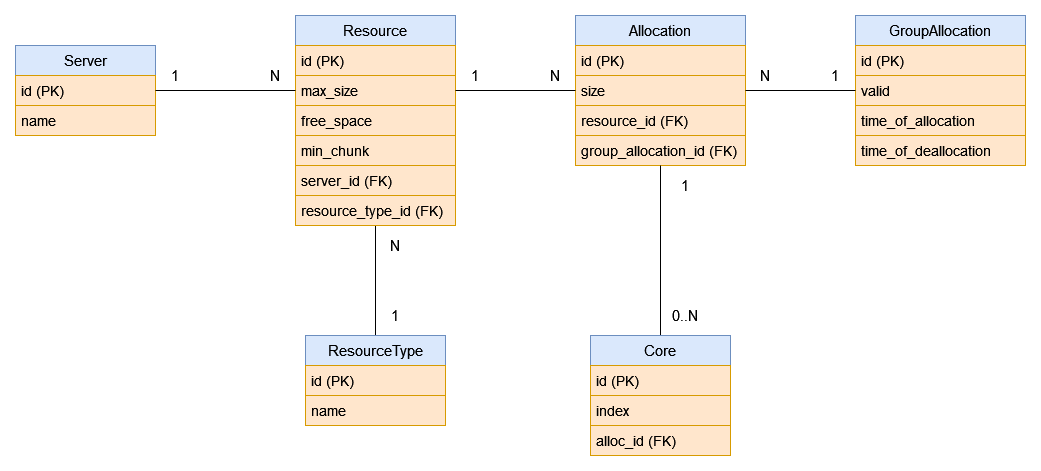
Above: Docs/RM_DB_Tables.png in io-sea/resource-manager (draw.io), before the change. Source tidied: cells renumbered, new cells last; positions are measured from the earlier drawing's top-left corner, leaving out a move shared by most shapes.
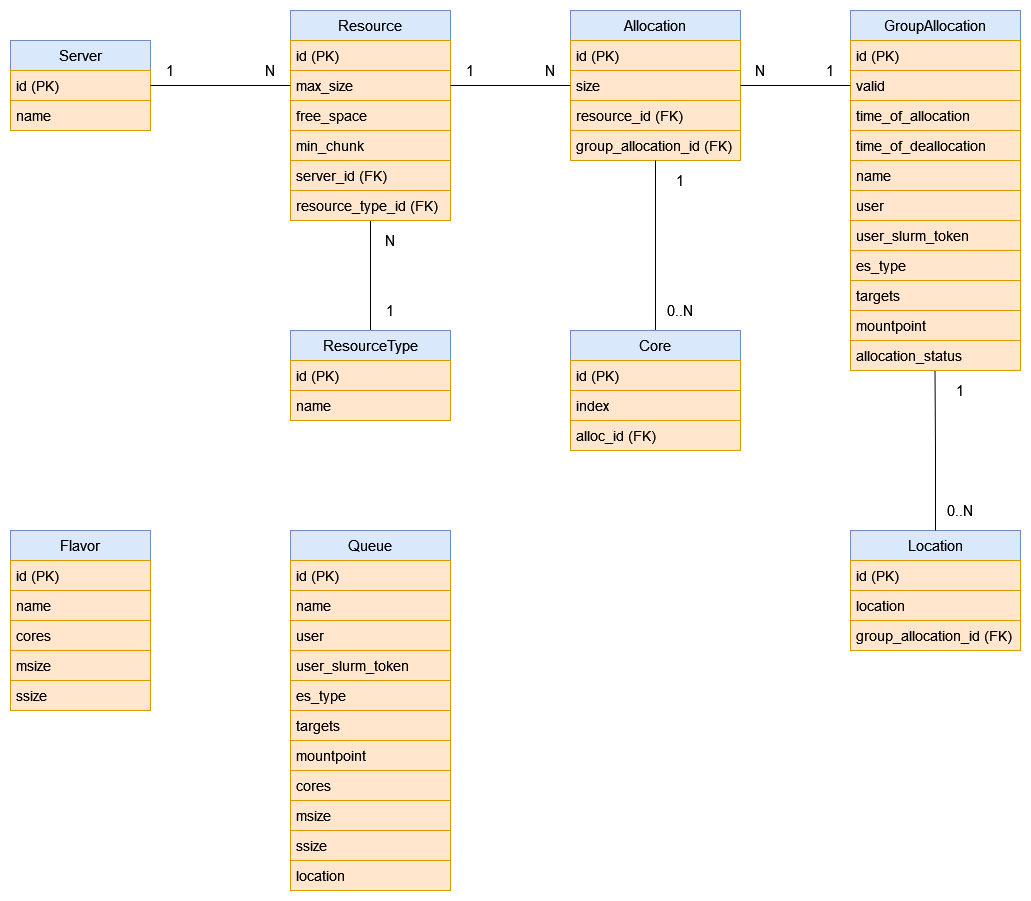
After the change.

The edit, as a diff of the source:
```diff
@@ -36,13 +36,13 @@
       <mxGeometry y="180" width="160" height="30" as="geometry" />
     </mxCell>
     <mxCell id="13" value="ResourceType" style="swimlane;fontStyle=0;horizontal=1;startSize=30;whiteSpace=wrap;html=1;fontSize=15;fillColor=#dae8fc;strokeColor=#6c8ebf;" parent="1" vertex="1">
-      <mxGeometry x="290" y="320" width="140" height="90" as="geometry" />
+      <mxGeometry x="280" y="320" width="160" height="90" as="geometry" />
     </mxCell>
     <mxCell id="14" value="id (PK)" style="text;strokeColor=#d79b00;fillColor=#ffe6cc;align=left;verticalAlign=middle;spacingLeft=4;spacingRight=4;overflow=hidden;whiteSpace=wrap;html=1;fontSize=14;" parent="13" vertex="1">
-      <mxGeometry y="30" width="140" height="30" as="geometry" />
+      <mxGeometry y="30" width="160" height="30" as="geometry" />
     </mxCell>
     <mxCell id="15" value="name" style="text;strokeColor=#d79b00;fillColor=#ffe6cc;align=left;verticalAlign=middle;spacingLeft=4;spacingRight=4;overflow=hidden;whiteSpace=wrap;html=1;fontSize=14;" parent="13" vertex="1">
-      <mxGeometry y="60" width="140" height="30" as="geometry" />
+      <mxGeometry y="60" width="160" height="30" as="geometry" />
     </mxCell>
     <mxCell id="16" value="Allocation" style="swimlane;fontStyle=0;horizontal=1;startSize=30;whiteSpace=wrap;html=1;fontSize=15;fillColor=#dae8fc;strokeColor=#6c8ebf;" parent="1" vertex="1">
       <mxGeometry x="560" width="170" height="150" as="geometry" />
@@ -63,19 +63,19 @@
       <mxGeometry relative="1" as="geometry" />
     </mxCell>
     <mxCell id="22" value="Core" style="swimlane;fontStyle=0;horizontal=1;startSize=30;whiteSpace=wrap;html=1;fontSize=15;fillColor=#dae8fc;strokeColor=#6c8ebf;" parent="1" vertex="1">
-      <mxGeometry x="575" y="320" width="140" height="120" as="geometry" />
+      <mxGeometry x="560" y="320" width="170" height="120" as="geometry" />
     </mxCell>
     <mxCell id="23" value="id (PK)" style="text;strokeColor=#d79b00;fillColor=#ffe6cc;align=left;verticalAlign=middle;spacingLeft=4;spacingRight=4;overflow=hidden;whiteSpace=wrap;html=1;fontSize=14;" parent="22" vertex="1">
-      <mxGeometry y="30" width="140" height="30" as="geometry" />
+      <mxGeometry y="30" width="170" height="30" as="geometry" />
     </mxCell>
     <mxCell id="24" value="index" style="text;strokeColor=#d79b00;fillColor=#ffe6cc;align=left;verticalAlign=middle;spacingLeft=4;spacingRight=4;overflow=hidden;whiteSpace=wrap;html=1;fontSize=14;" parent="22" vertex="1">
-      <mxGeometry y="60" width="140" height="30" as="geometry" />
+      <mxGeometry y="60" width="170" height="30" as="geometry" />
     </mxCell>
     <mxCell id="25" value="alloc_id (FK)" style="text;strokeColor=#d79b00;fillColor=#ffe6cc;align=left;verticalAlign=middle;spacingLeft=4;spacingRight=4;overflow=hidden;whiteSpace=wrap;html=1;fontSize=14;" parent="22" vertex="1">
-      <mxGeometry y="90" width="140" height="30" as="geometry" />
+      <mxGeometry y="90" width="170" height="30" as="geometry" />
     </mxCell>
     <mxCell id="26" value="GroupAllocation" style="swimlane;fontStyle=0;horizontal=1;startSize=30;whiteSpace=wrap;html=1;fontSize=15;fillColor=#dae8fc;strokeColor=#6c8ebf;" parent="1" vertex="1">
-      <mxGeometry x="840" width="170" height="150" as="geometry" />
+      <mxGeometry x="840" width="170" height="360" as="geometry" />
     </mxCell>
     <mxCell id="27" value="id (PK)" style="text;strokeColor=#d79b00;fillColor=#ffe6cc;align=left;verticalAlign=middle;spacingLeft=4;spacingRight=4;overflow=hidden;whiteSpace=wrap;html=1;fontSize=14;" parent="26" vertex="1">
       <mxGeometry y="30" width="170" height="30" as="geometry" />
@@ -89,6 +89,27 @@
     <mxCell id="30" value="time_of_deallocation" style="text;strokeColor=#d79b00;fillColor=#ffe6cc;align=left;verticalAlign=middle;spacingLeft=4;spacingRight=4;overflow=hidden;whiteSpace=wrap;html=1;fontSize=14;" parent="26" vertex="1">
       <mxGeometry y="120" width="170" height="30" as="geometry" />
     </mxCell>
+    <mxCell id="44" value="name" style="text;strokeColor=#d79b00;fillColor=#ffe6cc;align=left;verticalAlign=middle;spacingLeft=4;spacingRight=4;overflow=hidden;whiteSpace=wrap;html=1;fontSize=14;" parent="26" vertex="1">
+      <mxGeometry y="150" width="170" height="30" as="geometry" />
+    </mxCell>
+    <mxCell id="45" value="user" style="text;strokeColor=#d79b00;fillColor=#ffe6cc;align=left;verticalAlign=middle;spacingLeft=4;spacingRight=4;overflow=hidden;whiteSpace=wrap;html=1;fontSize=14;" parent="26" vertex="1">
+      <mxGeometry y="180" width="170" height="30" as="geometry" />
+    </mxCell>
+    <mxCell id="46" value="user_slurm_token" style="text;strokeColor=#d79b00;fillColor=#ffe6cc;align=left;verticalAlign=middle;spacingLeft=4;spacingRight=4;overflow=hidden;whiteSpace=wrap;html=1;fontSize=14;" parent="26" vertex="1">
+      <mxGeometry y="210" width="170" height="30" as="geometry" />
+    </mxCell>
+    <mxCell id="47" value="es_type" style="text;strokeColor=#d79b00;fillColor=#ffe6cc;align=left;verticalAlign=middle;spacingLeft=4;spacingRight=4;overflow=hidden;whiteSpace=wrap;html=1;fontSize=14;" parent="26" vertex="1">
+      <mxGeometry y="240" width="170" height="30" as="geometry" />
+    </mxCell>
+    <mxCell id="48" value="targets" style="text;strokeColor=#d79b00;fillColor=#ffe6cc;align=left;verticalAlign=middle;spacingLeft=4;spacingRight=4;overflow=hidden;whiteSpace=wrap;html=1;fontSize=14;" parent="26" vertex="1">
+      <mxGeometry y="270" width="170" height="30" as="geometry" />
+    </mxCell>
+    <mxCell id="49" value="mountpoint" style="text;strokeColor=#d79b00;fillColor=#ffe6cc;align=left;verticalAlign=middle;spacingLeft=4;spacingRight=4;overflow=hidden;whiteSpace=wrap;html=1;fontSize=14;" parent="26" vertex="1">
+      <mxGeometry y="300" width="170" height="30" as="geometry" />
+    </mxCell>
+    <mxCell id="50" value="allocation_status" style="text;strokeColor=#d79b00;fillColor=#ffe6cc;align=left;verticalAlign=middle;spacingLeft=4;spacingRight=4;overflow=hidden;whiteSpace=wrap;html=1;fontSize=14;" parent="26" vertex="1">
+      <mxGeometry y="330" width="170" height="30" as="geometry" />
+    </mxCell>
     <mxCell id="31" style="edgeStyle=orthogonalEdgeStyle;rounded=0;jettySize=auto;html=1;exitX=1;exitY=0.5;exitDx=0;exitDy=0;entryX=0;entryY=0.5;entryDx=0;entryDy=0;fontSize=15;endArrow=none;endFill=0;" parent="1" edge="1" source="18" target="28">
       <mxGeometry relative="1" as="geometry" />
     </mxCell>
@@ -128,5 +149,82 @@
     <mxCell id="43" value="1" style="text;html=1;strokeColor=none;fillColor=none;align=center;verticalAlign=middle;whiteSpace=wrap;rounded=0;fontSize=15;" parent="1" vertex="1">
       <mxGeometry x="650" y="150" width="40" height="40" as="geometry" />
     </mxCell>
+    <mxCell id="51" value="Location" style="swimlane;fontStyle=0;horizontal=1;startSize=30;whiteSpace=wrap;html=1;fontSize=15;fillColor=#dae8fc;strokeColor=#6c8ebf;" parent="1" vertex="1">
+      <mxGeometry x="840" y="520" width="170" height="120" as="geometry" />
+    </mxCell>
+    <mxCell id="52" value="id (PK)" style="text;strokeColor=#d79b00;fillColor=#ffe6cc;align=left;verticalAlign=middle;spacingLeft=4;spacingRight=4;overflow=hidden;whiteSpace=wrap;html=1;fontSize=14;" parent="51" vertex="1">
+      <mxGeometry y="30" width="170" height="30" as="geometry" />
+    </mxCell>
+    <mxCell id="53" value="location" style="text;strokeColor=#d79b00;fillColor=#ffe6cc;align=left;verticalAlign=middle;spacingLeft=4;spacingRight=4;overflow=hidden;whiteSpace=wrap;html=1;fontSize=14;" parent="51" vertex="1">
+      <mxGeometry y="60" width="170" height="30" as="geometry" />
+    </mxCell>
+    <mxCell id="54" value="group_allocation_id (FK)" style="text;strokeColor=#d79b00;fillColor=#ffe6cc;align=left;verticalAlign=middle;spacingLeft=4;spacingRight=4;overflow=hidden;whiteSpace=wrap;html=1;fontSize=14;" parent="51" vertex="1">
+      <mxGeometry y="90" width="170" height="30" as="geometry" />
+    </mxCell>
+    <mxCell id="55" style="edgeStyle=orthogonalEdgeStyle;rounded=0;jettySize=auto;html=1;exitX=0.5;exitY=0;exitDx=0;exitDy=0;entryX=0.5;entryY=1;entryDx=0;entryDy=0;fontSize=15;endArrow=none;endFill=0;" parent="1" edge="1" source="51">
+      <mxGeometry relative="1" as="geometry">
+        <mxPoint x="924.5" y="360" as="targetPoint" />
+      </mxGeometry>
+    </mxCell>
+    <mxCell id="56" value="0..N" style="text;html=1;strokeColor=none;fillColor=none;align=center;verticalAlign=middle;whiteSpace=wrap;rounded=0;fontSize=15;" parent="1" vertex="1">
+      <mxGeometry x="930" y="480" width="40" height="40" as="geometry" />
+    </mxCell>
+    <mxCell id="57" value="1" style="text;html=1;strokeColor=none;fillColor=none;align=center;verticalAlign=middle;whiteSpace=wrap;rounded=0;fontSize=15;" parent="1" vertex="1">
+      <mxGeometry x="930" y="360" width="40" height="40" as="geometry" />
+    </mxCell>
+    <mxCell id="58" value="Flavor" style="swimlane;fontStyle=0;horizontal=1;startSize=30;whiteSpace=wrap;html=1;fontSize=15;fillColor=#dae8fc;strokeColor=#6c8ebf;" parent="1" vertex="1">
+      <mxGeometry y="520" width="140" height="180" as="geometry" />
+    </mxCell>
+    <mxCell id="59" value="id (PK)" style="text;strokeColor=#d79b00;fillColor=#ffe6cc;align=left;verticalAlign=middle;spacingLeft=4;spacingRight=4;overflow=hidden;whiteSpace=wrap;html=1;fontSize=14;" parent="58" vertex="1">
+      <mxGeometry y="30" width="140" height="30" as="geometry" />
+    </mxCell>
+    <mxCell id="60" value="name" style="text;strokeColor=#d79b00;fillColor=#ffe6cc;align=left;verticalAlign=middle;spacingLeft=4;spacingRight=4;overflow=hidden;whiteSpace=wrap;html=1;fontSize=14;" parent="58" vertex="1">
+      <mxGeometry y="60" width="140" height="30" as="geometry" />
+    </mxCell>
+    <mxCell id="61" value="cores" style="text;strokeColor=#d79b00;fillColor=#ffe6cc;align=left;verticalAlign=middle;spacingLeft=4;spacingRight=4;overflow=hidden;whiteSpace=wrap;html=1;fontSize=14;" parent="58" vertex="1">
+      <mxGeometry y="90" width="140" height="30" as="geometry" />
+    </mxCell>
+    <mxCell id="62" value="msize" style="text;strokeColor=#d79b00;fillColor=#ffe6cc;align=left;verticalAlign=middle;spacingLeft=4;spacingRight=4;overflow=hidden;whiteSpace=wrap;html=1;fontSize=14;" parent="58" vertex="1">
+      <mxGeometry y="120" width="140" height="30" as="geometry" />
+    </mxCell>
+    <mxCell id="63" value="ssize" style="text;strokeColor=#d79b00;fillColor=#ffe6cc;align=left;verticalAlign=middle;spacingLeft=4;spacingRight=4;overflow=hidden;whiteSpace=wrap;html=1;fontSize=14;" parent="58" vertex="1">
+      <mxGeometry y="150" width="140" height="30" as="geometry" />
+    </mxCell>
+    <mxCell id="64" value="Queue" style="swimlane;fontStyle=0;horizontal=1;startSize=30;whiteSpace=wrap;html=1;fontSize=15;fillColor=#dae8fc;strokeColor=#6c8ebf;" parent="1" vertex="1">
+      <mxGeometry x="280" y="520" width="160" height="360" as="geometry" />
+    </mxCell>
+    <mxCell id="65" value="id (PK)" style="text;strokeColor=#d79b00;fillColor=#ffe6cc;align=left;verticalAlign=middle;spacingLeft=4;spacingRight=4;overflow=hidden;whiteSpace=wrap;html=1;fontSize=14;" parent="64" vertex="1">
+      <mxGeometry y="30" width="160" height="30" as="geometry" />
+    </mxCell>
+    <mxCell id="66" value="name" style="text;strokeColor=#d79b00;fillColor=#ffe6cc;align=left;verticalAlign=middle;spacingLeft=4;spacingRight=4;overflow=hidden;whiteSpace=wrap;html=1;fontSize=14;" parent="64" vertex="1">
+      <mxGeometry y="60" width="160" height="30" as="geometry" />
+    </mxCell>
+    <mxCell id="67" value="user" style="text;strokeColor=#d79b00;fillColor=#ffe6cc;align=left;verticalAlign=middle;spacingLeft=4;spacingRight=4;overflow=hidden;whiteSpace=wrap;html=1;fontSize=14;" parent="64" vertex="1">
+      <mxGeometry y="90" width="160" height="30" as="geometry" />
+    </mxCell>
+    <mxCell id="68" value="user_slurm_token" style="text;strokeColor=#d79b00;fillColor=#ffe6cc;align=left;verticalAlign=middle;spacingLeft=4;spacingRight=4;overflow=hidden;whiteSpace=wrap;html=1;fontSize=14;" parent="64" vertex="1">
+      <mxGeometry y="120" width="160" height="30" as="geometry" />
+    </mxCell>
+    <mxCell id="69" value="es_type" style="text;strokeColor=#d79b00;fillColor=#ffe6cc;align=left;verticalAlign=middle;spacingLeft=4;spacingRight=4;overflow=hidden;whiteSpace=wrap;html=1;fontSize=14;" parent="64" vertex="1">
+      <mxGeometry y="150" width="160" height="30" as="geometry" />
+    </mxCell>
+    <mxCell id="70" value="targets" style="text;strokeColor=#d79b00;fillColor=#ffe6cc;align=left;verticalAlign=middle;spacingLeft=4;spacingRight=4;overflow=hidden;whiteSpace=wrap;html=1;fontSize=14;" parent="64" vertex="1">
+      <mxGeometry y="180" width="160" height="30" as="geometry" />
+    </mxCell>
+    <mxCell id="71" value="mountpoint" style="text;strokeColor=#d79b00;fillColor=#ffe6cc;align=left;verticalAlign=middle;spacingLeft=4;spacingRight=4;overflow=hidden;whiteSpace=wrap;html=1;fontSize=14;" parent="64" vertex="1">
+      <mxGeometry y="210" width="160" height="30" as="geometry" />
+    </mxCell>
+    <mxCell id="72" value="cores" style="text;strokeColor=#d79b00;fillColor=#ffe6cc;align=left;verticalAlign=middle;spacingLeft=4;spacingRight=4;overflow=hidden;whiteSpace=wrap;html=1;fontSize=14;" parent="64" vertex="1">
+      <mxGeometry y="240" width="160" height="30" as="geometry" />
+    </mxCell>
+    <mxCell id="73" value="msize" style="text;strokeColor=#d79b00;fillColor=#ffe6cc;align=left;verticalAlign=middle;spacingLeft=4;spacingRight=4;overflow=hidden;whiteSpace=wrap;html=1;fontSize=14;" parent="64" vertex="1">
+      <mxGeometry y="270" width="160" height="30" as="geometry" />
+    </mxCell>
+    <mxCell id="74" value="ssize" style="text;strokeColor=#d79b00;fillColor=#ffe6cc;align=left;verticalAlign=middle;spacingLeft=4;spacingRight=4;overflow=hidden;whiteSpace=wrap;html=1;fontSize=14;" parent="64" vertex="1">
+      <mxGeometry y="300" width="160" height="30" as="geometry" />
+    </mxCell>
+    <mxCell id="75" value="location" style="text;strokeColor=#d79b00;fillColor=#ffe6cc;align=left;verticalAlign=middle;spacingLeft=4;spacingRight=4;overflow=hidden;whiteSpace=wrap;html=1;fontSize=14;" parent="64" vertex="1">
+      <mxGeometry y="330" width="160" height="30" as="geometry" />
+    </mxCell>
   </root>
 </mxGraphModel>
```
